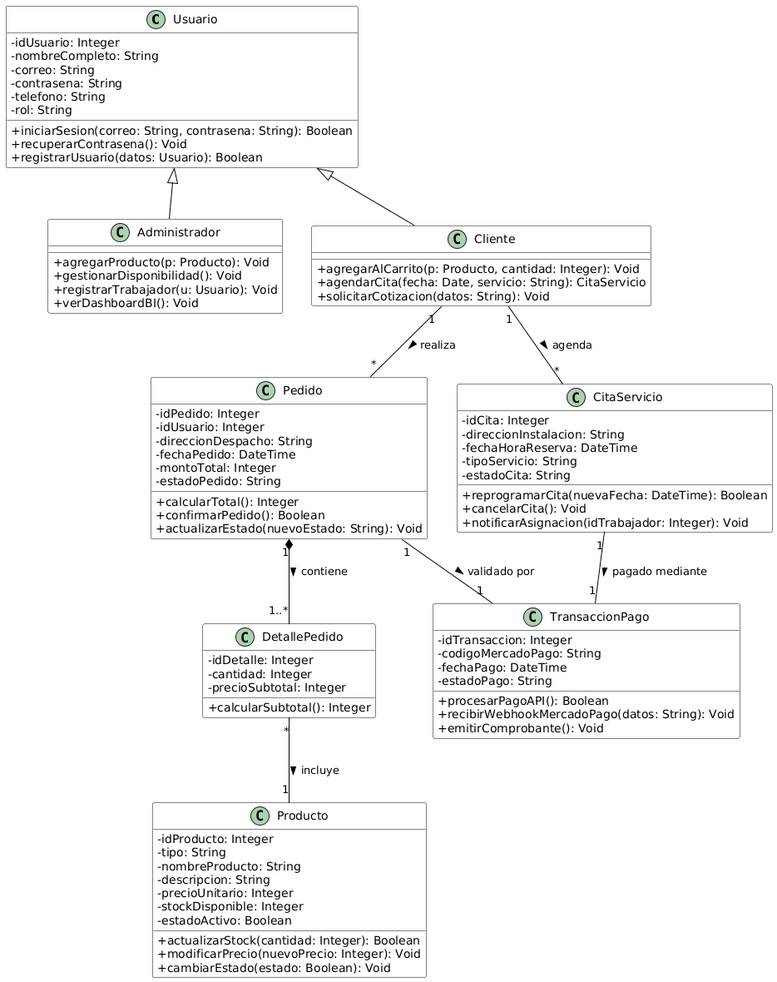
The PlantUML diagram Fase 2/DiagramaDeClases.png in V-J-C-V/Capstone_P_A_C_2026_003_D, before a commit.
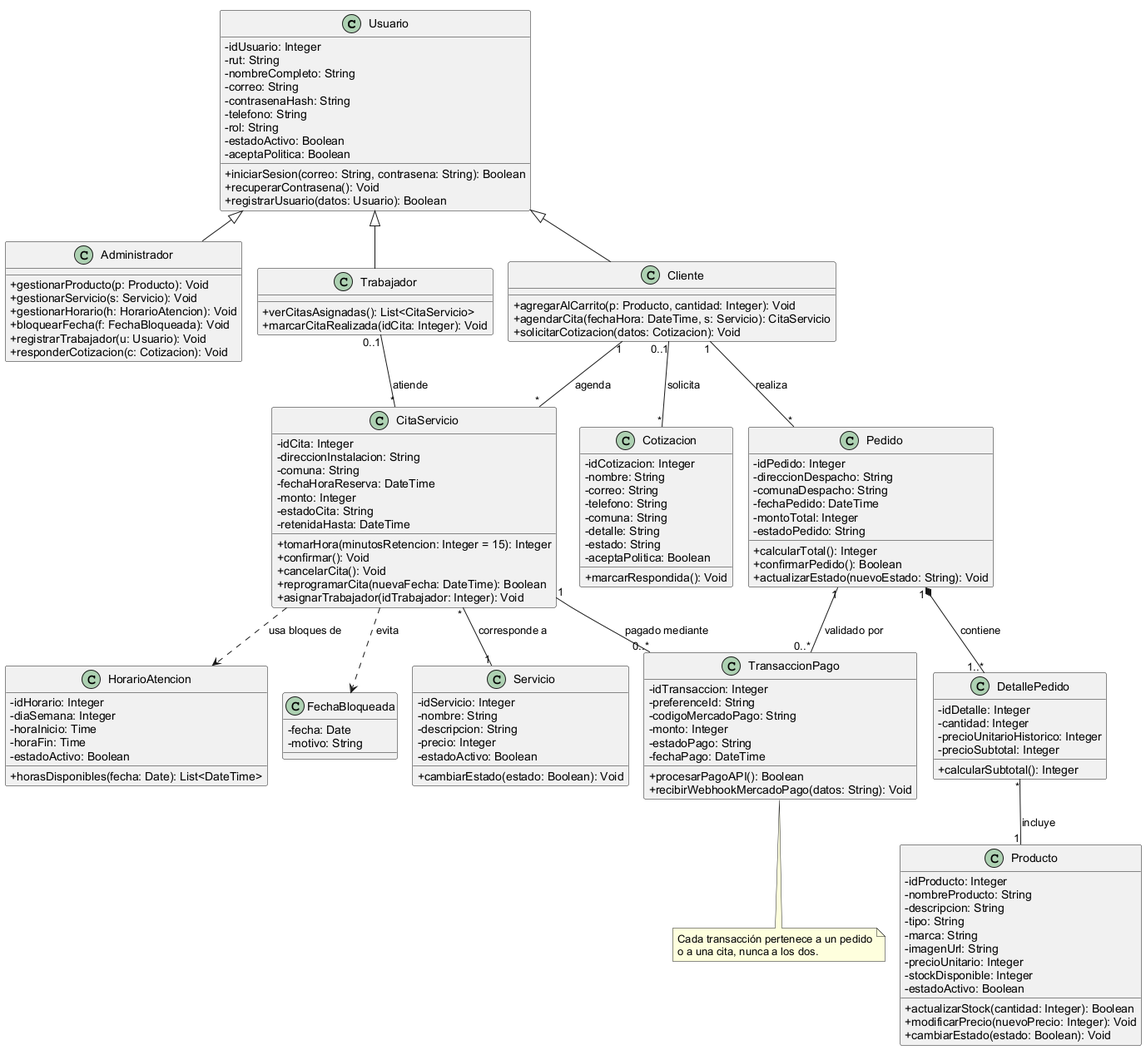
After the commit.

The edit, as a diff of the source:
```diff
@@ -1,96 +1,158 @@
 @startuml
+!pragma layout smetana
 skinparam classAttributeIconSize 0
-skinparam class {
-    BackgroundColor White
-    ArrowColor Black
-    BorderColor Black
-}
+skinparam shadowing false
+skinparam defaultFontName Arial
 
 class Usuario {
-  - idUsuario: Integer
-  - nombreCompleto: String
-  - correo: String
-  - contrasena: String
-  - telefono: String
-  - rol: String
-  + iniciarSesion(correo: String, contrasena: String): Boolean
-  + recuperarContrasena(): Void
-  + registrarUsuario(datos: Usuario): Boolean
+  -idUsuario: Integer
+  -rut: String
+  -nombreCompleto: String
+  -correo: String
+  -contrasenaHash: String
+  -telefono: String
+  -rol: String
+  -estadoActivo: Boolean
+  -aceptaPolitica: Boolean
+  +iniciarSesion(correo: String, contrasena: String): Boolean
+  +recuperarContrasena(): Void
+  +registrarUsuario(datos: Usuario): Boolean
 }
 
 class Administrador {
-  + agregarProducto(p: Producto): Void
-  + gestionarDisponibilidad(): Void
-  + registrarTrabajador(u: Usuario): Void
-  + verDashboardBI(): Void
+  +gestionarProducto(p: Producto): Void
+  +gestionarServicio(s: Servicio): Void
+  +gestionarHorario(h: HorarioAtencion): Void
+  +bloquearFecha(f: FechaBloqueada): Void
+  +registrarTrabajador(u: Usuario): Void
+  +responderCotizacion(c: Cotizacion): Void
 }
 
 class Cliente {
-  + agregarAlCarrito(p: Producto, cantidad: Integer): Void
-  + agendarCita(fecha: Date, servicio: String): CitaServicio
-  + solicitarCotizacion(datos: String): Void
+  +agregarAlCarrito(p: Producto, cantidad: Integer): Void
+  +agendarCita(fechaHora: DateTime, s: Servicio): CitaServicio
+  +solicitarCotizacion(datos: Cotizacion): Void
+}
+
+class Trabajador {
+  +verCitasAsignadas(): List<CitaServicio>
+  +marcarCitaRealizada(idCita: Integer): Void
 }
 
 class Producto {
-  - idProducto: Integer
-  - tipo: String
-  - nombreProducto: String
-  - descripcion: String
-  - precioUnitario: Integer
-  - stockDisponible: Integer
-  - estadoActivo: Boolean
-  + actualizarStock(cantidad: Integer): Boolean
-  + modificarPrecio(nuevoPrecio: Integer): Void
-  + cambiarEstado(estado: Boolean): Void
+  -idProducto: Integer
+  -nombreProducto: String
+  -descripcion: String
+  -tipo: String
+  -marca: String
+  -imagenUrl: String
+  -precioUnitario: Integer
+  -stockDisponible: Integer
+  -estadoActivo: Boolean
+  +actualizarStock(cantidad: Integer): Boolean
+  +modificarPrecio(nuevoPrecio: Integer): Void
+  +cambiarEstado(estado: Boolean): Void
+}
+
+class Servicio {
+  -idServicio: Integer
+  -nombre: String
+  -descripcion: String
+  -precio: Integer
+  -estadoActivo: Boolean
+  +cambiarEstado(estado: Boolean): Void
 }
 
 class Pedido {
-  - idPedido: Integer
-  - idUsuario: Integer
-  - direccionDespacho: String
-  - fechaPedido: DateTime
-  - montoTotal: Integer
-  - estadoPedido: String
-  + calcularTotal(): Integer
-  + confirmarPedido(): Boolean
-  + actualizarEstado(nuevoEstado: String): Void
+  -idPedido: Integer
+  -direccionDespacho: String
+  -comunaDespacho: String
+  -fechaPedido: DateTime
+  -montoTotal: Integer
+  -estadoPedido: String
+  +calcularTotal(): Integer
+  +confirmarPedido(): Boolean
+  +actualizarEstado(nuevoEstado: String): Void
 }
 
 class DetallePedido {
-  - idDetalle: Integer
-  - cantidad: Integer
-  - precioSubtotal: Integer
-  + calcularSubtotal(): Integer
+  -idDetalle: Integer
+  -cantidad: Integer
+  -precioUnitarioHistorico: Integer
+  -precioSubtotal: Integer
+  +calcularSubtotal(): Integer
 }
 
 class CitaServicio {
-  - idCita: Integer
-  - direccionInstalacion: String
-  - fechaHoraReserva: DateTime
-  - tipoServicio: String
-  - estadoCita: String
-  + reprogramarCita(nuevaFecha: DateTime): Boolean
-  + cancelarCita(): Void
-  + notificarAsignacion(idTrabajador: Integer): Void
+  -idCita: Integer
+  -direccionInstalacion: String
+  -comuna: String
+  -fechaHoraReserva: DateTime
+  -monto: Integer
+  -estadoCita: String
+  -retenidaHasta: DateTime
+  +tomarHora(minutosRetencion: Integer = 15): Integer
+  +confirmar(): Void
+  +cancelarCita(): Void
+  +reprogramarCita(nuevaFecha: DateTime): Boolean
+  +asignarTrabajador(idTrabajador: Integer): Void
+}
+
+class HorarioAtencion {
+  -idHorario: Integer
+  -diaSemana: Integer
+  -horaInicio: Time
+  -horaFin: Time
+  -estadoActivo: Boolean
+  +horasDisponibles(fecha: Date): List<DateTime>
+}
+
+class FechaBloqueada {
+  -fecha: Date
+  -motivo: String
 }
 
 class TransaccionPago {
-  - idTransaccion: Integer
-  - codigoMercadoPago: String
-  - fechaPago: DateTime
-  - estadoPago: String
-  + procesarPagoAPI(): Boolean
-  + recibirWebhookMercadoPago(datos: String): Void
-  + emitirComprobante(): Void
+  -idTransaccion: Integer
+  -preferenceId: String
+  -codigoMercadoPago: String
+  -monto: Integer
+  -estadoPago: String
+  -fechaPago: DateTime
+  +procesarPagoAPI(): Boolean
+  +recibirWebhookMercadoPago(datos: String): Void
+}
+
+class Cotizacion {
+  -idCotizacion: Integer
+  -nombre: String
+  -correo: String
+  -telefono: String
+  -comuna: String
+  -detalle: String
+  -estado: String
+  -aceptaPolitica: Boolean
+  +marcarRespondida(): Void
 }
 
 Usuario <|-- Administrador
 Usuario <|-- Cliente
+Usuario <|-- Trabajador
 
 Cliente "1" -- "*" Pedido : realiza >
 Cliente "1" -- "*" CitaServicio : agenda >
+Cliente "0..1" -- "*" Cotizacion : solicita >
+Trabajador "0..1" -- "*" CitaServicio : atiende >
 Pedido "1" *-- "1..*" DetallePedido : contiene >
 DetallePedido "*" -- "1" Producto : incluye >
-Pedido "1" -- "1" TransaccionPago : validado por >
-CitaServicio "1" -- "1" TransaccionPago : pagado mediante >
+CitaServicio "*" -- "1" Servicio : corresponde a >
+Pedido "1" -- "0..*" TransaccionPago : validado por >
+CitaServicio "1" -- "0..*" TransaccionPago : pagado mediante >
+CitaServicio ..> HorarioAtencion : usa bloques de >
+CitaServicio ..> FechaBloqueada : evita >
+
+note bottom of TransaccionPago
+  Cada transacción pertenece a un pedido
+  o a una cita, nunca a los dos.
+end note
 @enduml
```
